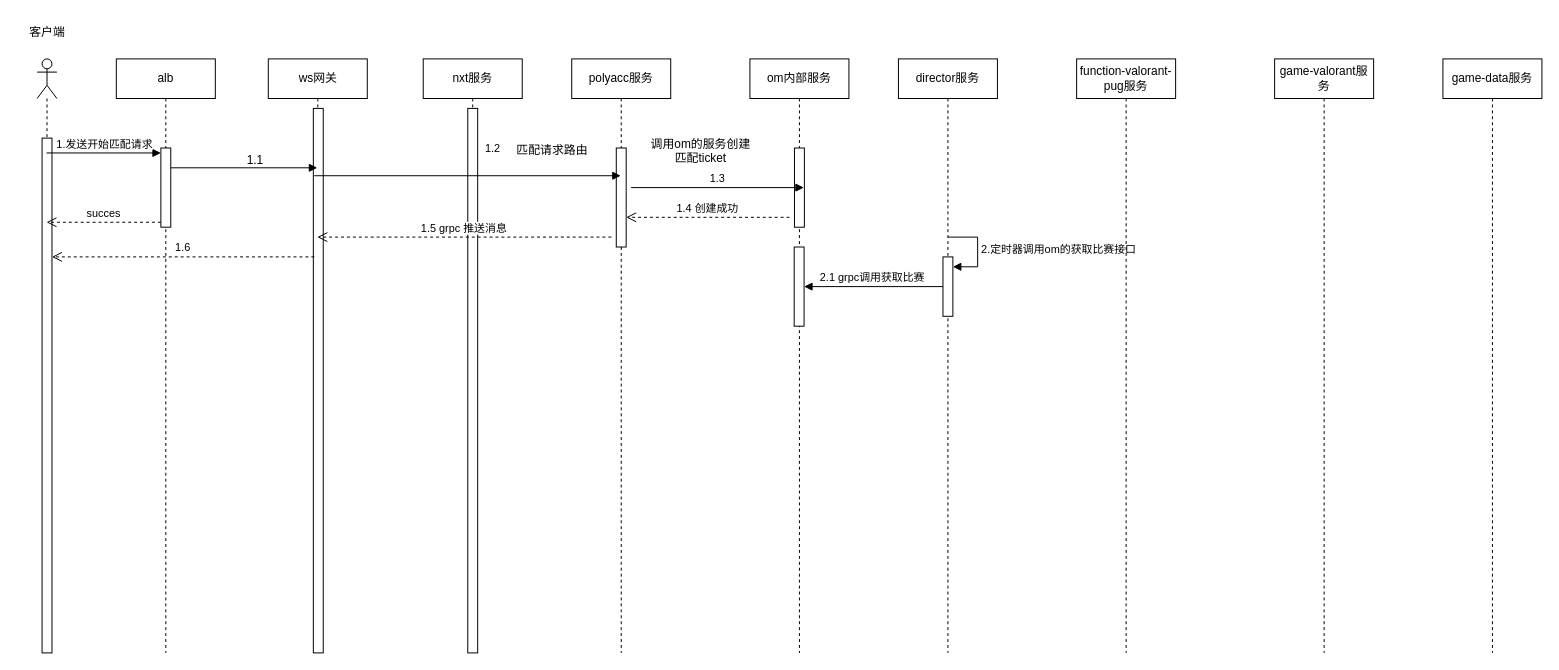
This is 未命名绘图.drawio from haozhi-ly/test, a draw.io file, before an edit. Source tidied: cells renumbered, new cells numbered last; positions are measured from the earlier drawing's top-left corner, leaving out a move shared by most shapes. Both pictures are drawn from the tidied source at 99%, with x=0, y=0 at pixel (17, 17).
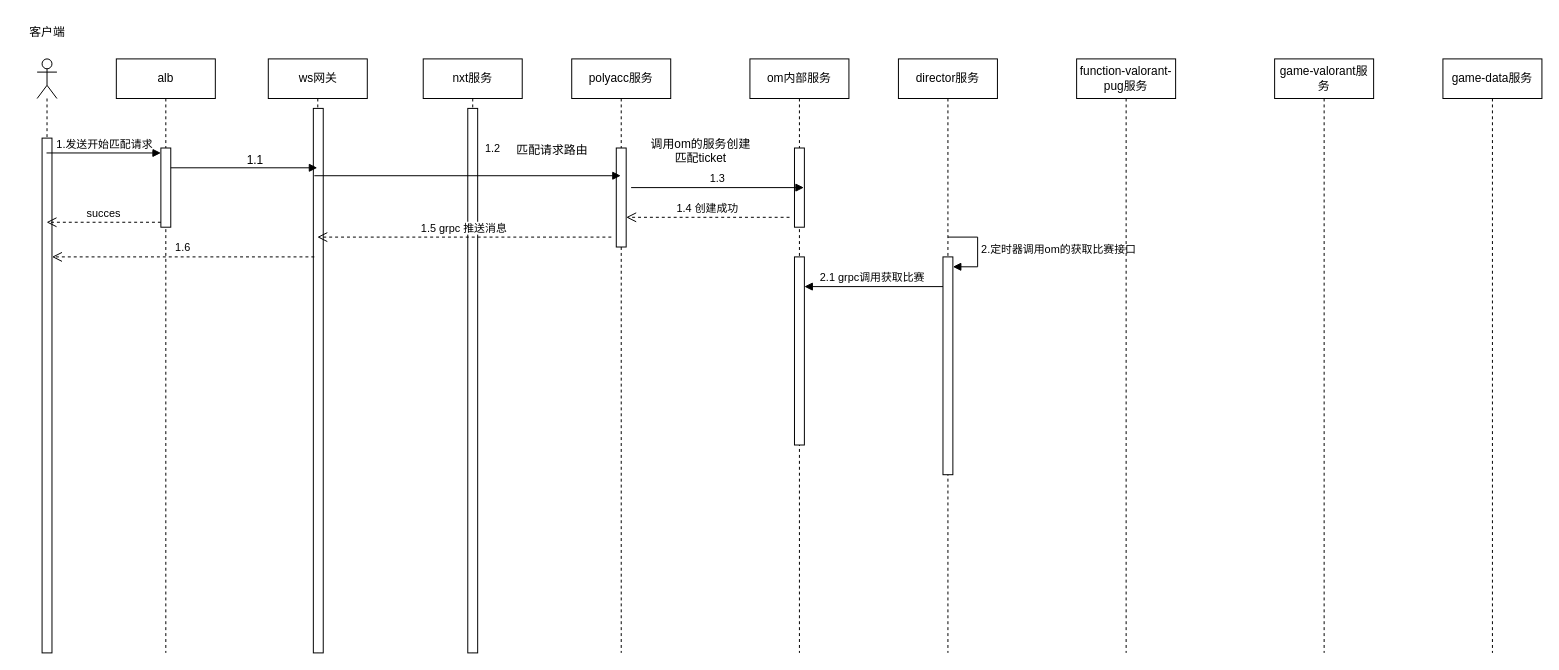
Above is the later version.

Commit message:
更新未命名绘图.drawio

Unchanged cells that the change refers to:
```xml
<mxCell id="11" value="&lt;span style=&quot;white-space-collapse: preserve;&quot;&gt;director服务&lt;/span&gt;" style="shape=umlLifeline;perimeter=lifelinePerimeter;whiteSpace=wrap;html=1;newEdgeStyle={&quot;curved&quot;:0,&quot;rounded&quot;:0};" parent="1" vertex="1">
  <mxGeometry x="890" y="42" width="100" height="600" as="geometry" />
</mxCell>
<mxCell id="21" value="&lt;span style=&quot;white-space-collapse: preserve;&quot;&gt;om内部服务&lt;/span&gt;" style="shape=umlLifeline;perimeter=lifelinePerimeter;whiteSpace=wrap;html=1;newEdgeStyle={&quot;curved&quot;:0,&quot;rounded&quot;:0};" parent="1" vertex="1">
  <mxGeometry x="740" y="42" width="100" height="600" as="geometry" />
</mxCell>
```

What changed in the source:
```diff
@@
     <mxCell id="12" style="html=1;points=[[0,0,0,0,5],[0,1,0,0,-5],[1,0,0,0,5],[1,1,0,0,-5]];perimeter=orthogonalPerimeter;outlineConnect=0;targetShapes=umlLifeline;portConstraint=eastwest;newEdgeStyle={&quot;curved&quot;:0,&quot;rounded&quot;:0};" parent="11" vertex="1">
-      <mxGeometry x="45" y="200" width="10" height="60" as="geometry" />
+      <mxGeometry x="45" y="200" width="10" height="220" as="geometry" />
     </mxCell>
@@
     <mxCell id="23" style="html=1;points=[[0,0,0,0,5],[0,1,0,0,-5],[1,0,0,0,5],[1,1,0,0,-5]];perimeter=orthogonalPerimeter;outlineConnect=0;targetShapes=umlLifeline;portConstraint=eastwest;newEdgeStyle={&quot;curved&quot;:0,&quot;rounded&quot;:0};" parent="21" vertex="1">
-      <mxGeometry x="44.7" y="190" width="10" height="80" as="geometry" />
+      <mxGeometry x="45" y="200" width="10" height="190" as="geometry" />
     </mxCell>
@@
-    <mxCell id="33" value="2.1 grpc调用获取比赛&amp;nbsp;" style="html=1;verticalAlign=bottom;endArrow=block;curved=0;rounded=0;" parent="1" edge="1" source="12" target="23">
-      <mxGeometry relative="1" as="geometry" />
+    <mxCell id="33" value="2.1 grpc调用获取比赛&amp;nbsp;" style="html=1;verticalAlign=bottom;endArrow=block;curved=0;rounded=0;" parent="1" edge="1">
+      <mxGeometry relative="1" as="geometry">
+        <mxPoint x="935" y="272" as="sourcePoint" />
+        <mxPoint x="795" y="272" as="targetPoint" />
+      </mxGeometry>
     </mxCell>
```
